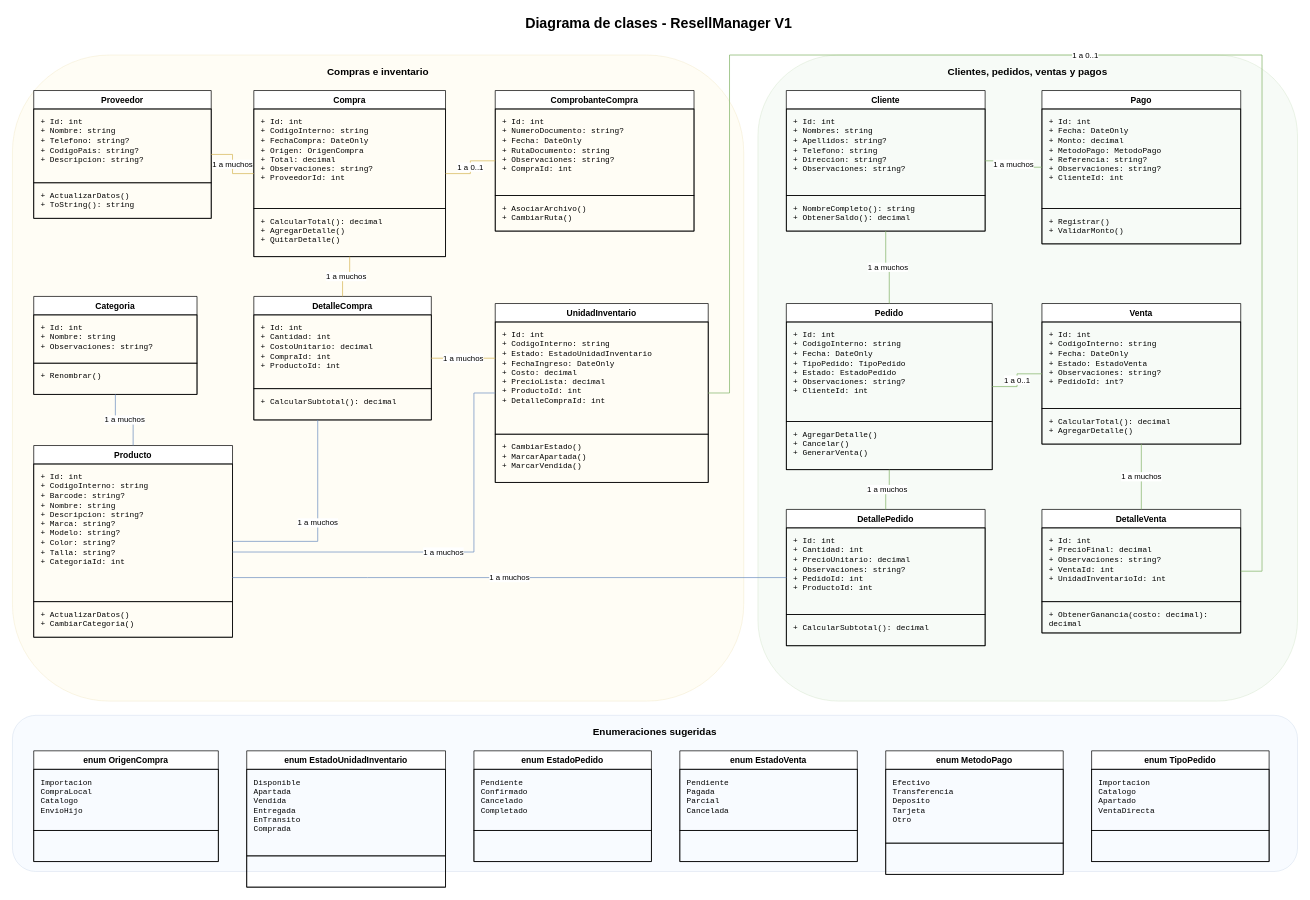
Above: docs/diagrams/10_DiagramaDeClases.drawio in newton0608/ResellManager (draw.io), before the change. Source tidied: cells renumbered, new cells numbered last; positions are measured from the earlier drawing's top-left corner, leaving out a move shared by most shapes. Both pictures are drawn from the tidied source at 71%, with x=0, y=0 at pixel (12, 12).
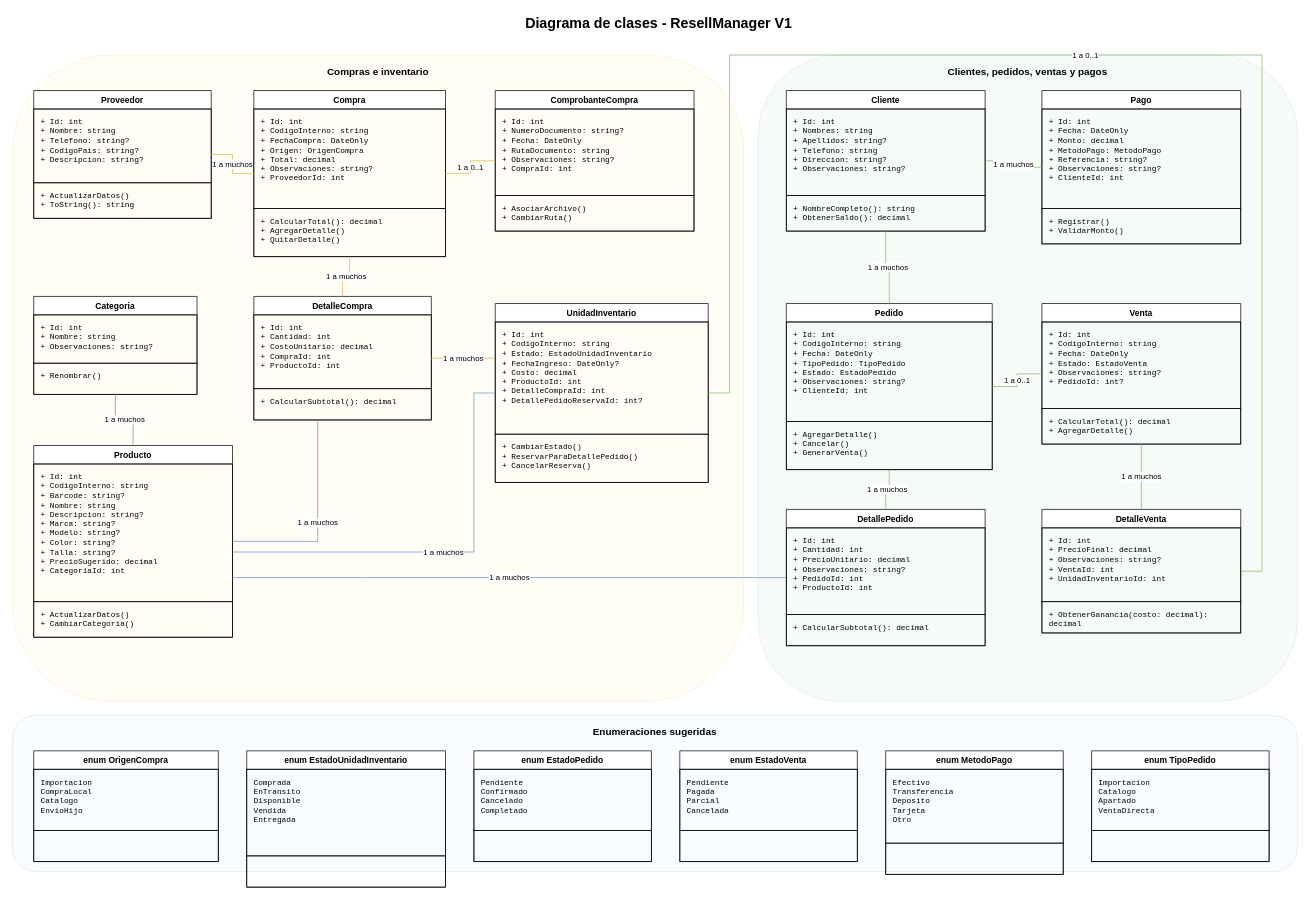
The same diagram, later.

Unchanged cells that the change refers to:
```xml
<mxCell id="21" value="Producto" style="swimlane;fontStyle=1;align=center;verticalAlign=top;horizontal=1;startSize=26;whiteSpace=wrap;html=1;" parent="1" vertex="1">
  <mxGeometry x="30" y="610" width="280" height="270" as="geometry" />
</mxCell>
<mxCell id="24" value="UnidadInventario" style="swimlane;fontStyle=1;align=center;verticalAlign=top;horizontal=1;startSize=26;whiteSpace=wrap;html=1;" parent="1" vertex="1">
  <mxGeometry x="680" y="410" width="300" height="252" as="geometry" />
</mxCell>
<mxCell id="48" value="enum EstadoUnidadInventario" style="swimlane;fontStyle=1;align=center;verticalAlign=top;horizontal=1;startSize=26;whiteSpace=wrap;html=1;" parent="1" vertex="1">
  <mxGeometry x="330" y="1040" width="280" height="192" as="geometry" />
</mxCell>
```

What changed in the source:
```diff
@@
-    <mxCell id="22" value="+ Id: int&#10;+ CodigoInterno: string&#10;+ Barcode: string?&#10;+ Nombre: string&#10;+ Descripcion: string?&#10;+ Marca: string?&#10;+ Modelo: string?&#10;+ Color: string?&#10;+ Talla: string?&#10;+ CategoriaId: int" style="text;strokeColor=#000000;fillColor=none;align=left;verticalAlign=top;spacingLeft=8;spacingTop=6;whiteSpace=wrap;html=0;fontSize=11;fontFamily=Consolas;" parent="21" vertex="1">
+    <mxCell id="22" value="+ Id: int&#10;+ CodigoInterno: string&#10;+ Barcode: string?&#10;+ Nombre: string&#10;+ Descripcion: string?&#10;+ Marca: string?&#10;+ Modelo: string?&#10;+ Color: string?&#10;+ Talla: string?&#10;+ PrecioSugerido: decimal&#10;+ CategoriaId: int" style="text;strokeColor=#000000;fillColor=none;align=left;verticalAlign=top;spacingLeft=8;spacingTop=6;whiteSpace=wrap;html=0;fontSize=11;fontFamily=Consolas;" parent="21" vertex="1">
       <mxGeometry y="26" width="280" height="194" as="geometry" />
     </mxCell>
@@
-    <mxCell id="25" value="+ Id: int&#10;+ CodigoInterno: string&#10;+ Estado: EstadoUnidadInventario&#10;+ FechaIngreso: DateOnly&#10;+ Costo: decimal&#10;+ PrecioLista: decimal&#10;+ ProductoId: int&#10;+ DetalleCompraId: int" style="text;strokeColor=#000000;fillColor=none;align=left;verticalAlign=top;spacingLeft=8;spacingTop=6;whiteSpace=wrap;html=0;fontSize=11;fontFamily=Consolas;" parent="24" vertex="1">
+    <mxCell id="25" value="+ Id: int&#10;+ CodigoInterno: string&#10;+ Estado: EstadoUnidadInventario&#10;+ FechaIngreso: DateOnly?&#10;+ Costo: decimal&#10;+ ProductoId: int&#10;+ DetalleCompraId: int&#10;+ DetallePedidoReservaId: int?" style="text;strokeColor=#000000;fillColor=none;align=left;verticalAlign=top;spacingLeft=8;spacingTop=6;whiteSpace=wrap;html=0;fontSize=11;fontFamily=Consolas;" parent="24" vertex="1">
       <mxGeometry y="26" width="300" height="158" as="geometry" />
     </mxCell>
-    <mxCell id="26" value="+ CambiarEstado()&#10;+ MarcarApartada()&#10;+ MarcarVendida()" style="text;strokeColor=#000000;fillColor=none;align=left;verticalAlign=top;spacingLeft=8;spacingTop=6;whiteSpace=wrap;html=0;fontSize=11;fontFamily=Consolas;" parent="24" vertex="1">
+    <mxCell id="26" value="+ CambiarEstado()&#10;+ ReservarParaDetallePedido()&#10;+ CancelarReserva()" style="text;strokeColor=#000000;fillColor=none;align=left;verticalAlign=top;spacingLeft=8;spacingTop=6;whiteSpace=wrap;html=0;fontSize=11;fontFamily=Consolas;" parent="24" vertex="1">
       <mxGeometry y="184" width="300" height="68" as="geometry" />
     </mxCell>
@@
-    <mxCell id="49" value="Disponible&#10;Apartada&#10;Vendida&#10;Entregada&#10;EnTransito&#10;Comprada" style="text;strokeColor=#000000;fillColor=none;align=left;verticalAlign=top;spacingLeft=8;spacingTop=6;whiteSpace=wrap;html=0;fontSize=11;fontFamily=Consolas;" parent="48" vertex="1">
+    <mxCell id="49" value="Comprada&#10;EnTransito&#10;Disponible&#10;Vendida&#10;Entregada" style="text;strokeColor=#000000;fillColor=none;align=left;verticalAlign=top;spacingLeft=8;spacingTop=6;whiteSpace=wrap;html=0;fontSize=11;fontFamily=Consolas;" parent="48" vertex="1">
       <mxGeometry y="26" width="280" height="122" as="geometry" />
     </mxCell>
```
